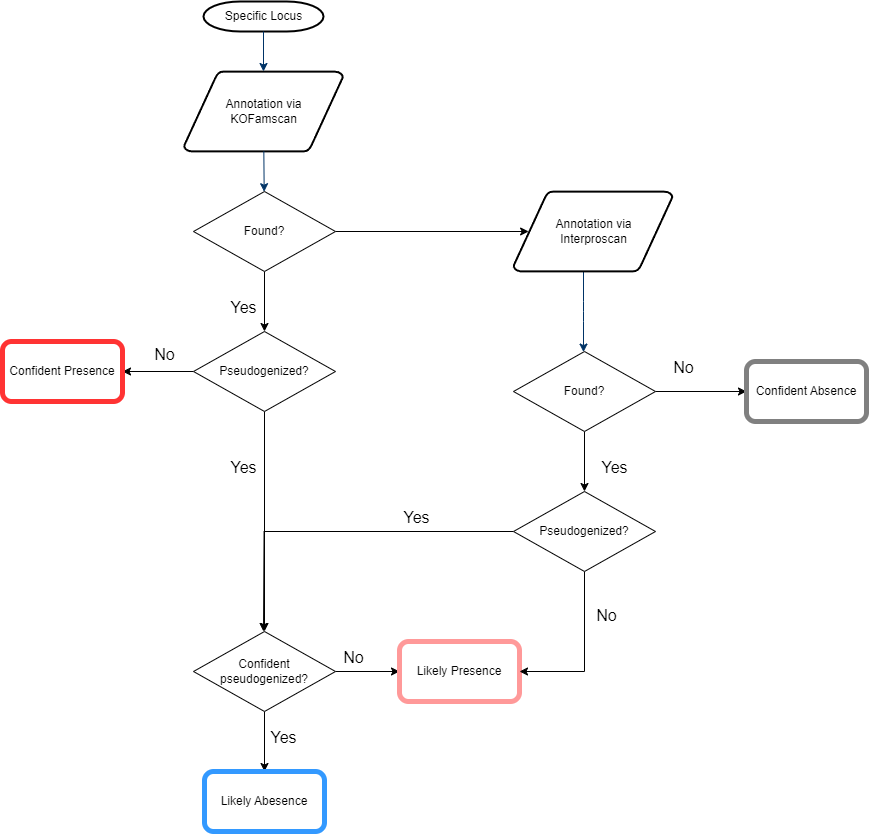
The draw.io diagram anno.drawio.png in 444thLiao/dysfunctional_dectector, before a commit. Source tidied: cells renumbered, new cells last; positions are measured from the earlier drawing's top-left corner, leaving out a move shared by most shapes.
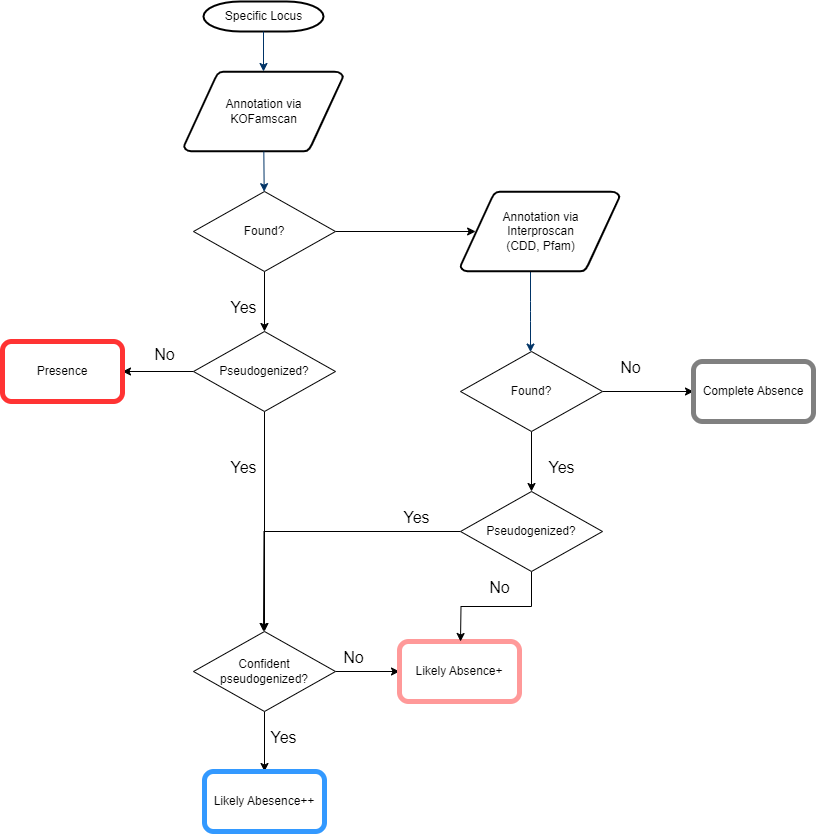
The same diagram one commit later.

What changed in the source:
```diff
@@ -5,7 +5,7 @@
     <mxCell id="2" value="Specific Locus" style="shape=mxgraph.flowchart.terminator;strokeWidth=2;gradientColor=none;gradientDirection=north;fontStyle=0;html=1;" parent="1" vertex="1">
       <mxGeometry x="201" width="120" height="30" as="geometry" />
     </mxCell>
-    <mxCell id="3" value="Annotation via &lt;br&gt;KOFamscan" style="shape=mxgraph.flowchart.data;strokeWidth=2;gradientColor=none;gradientDirection=north;fontStyle=0;html=1;" parent="1" vertex="1">
+    <mxCell id="3" value="Annotation via &lt;br&gt;KOFamscan" style="shape=mxgraph.flowchart.data;strokeWidth=2;gradientColor=none;gradientDirection=north;fontStyle=0;html=1;fontFamily=arial;" parent="1" vertex="1">
       <mxGeometry x="181.5" y="70" width="159" height="80" as="geometry" />
     </mxCell>
     <mxCell id="4" style="fontStyle=1;strokeColor=#003366;strokeWidth=1;html=1;" parent="1" edge="1" source="2" target="3">
@@ -17,7 +17,7 @@
     <mxCell id="6" style="edgeStyle=elbowEdgeStyle;elbow=horizontal;fontStyle=1;strokeColor=#003366;strokeWidth=1;html=1;startArrow=classic;startFill=1;endArrow=none;endFill=0;" parent="1" edge="1" source="12" target="31">
       <mxGeometry x="381" y="28.5" as="geometry">
         <Array as="points">
-          <mxPoint x="581" y="310" />
+          <mxPoint x="528" y="310" />
         </Array>
       </mxGeometry>
     </mxCell>
@@ -37,7 +37,7 @@
       <mxGeometry relative="1" as="geometry" />
     </mxCell>
     <mxCell id="12" value="Found?" style="rhombus;whiteSpace=wrap;html=1;" parent="1" vertex="1">
-      <mxGeometry x="511" y="350" width="142" height="80" as="geometry" />
+      <mxGeometry x="458" y="350" width="142" height="80" as="geometry" />
     </mxCell>
     <mxCell id="13" value="&lt;font style=&quot;font-size: 16px;&quot;&gt;Yes&lt;/font&gt;" style="text;fontStyle=0;html=1;strokeColor=none;gradientColor=none;fillColor=none;strokeWidth=2;align=center;" parent="1" vertex="1">
       <mxGeometry x="216" y="290" width="50" height="30" as="geometry" />
@@ -51,7 +51,7 @@
     <mxCell id="16" value="Pseudogenized?" style="rhombus;whiteSpace=wrap;html=1;" parent="1" vertex="1">
       <mxGeometry x="191" y="330" width="142" height="80" as="geometry" />
     </mxCell>
-    <mxCell id="17" value="Confident Presence" style="rounded=1;whiteSpace=wrap;html=1;strokeColor=#FF3333;strokeWidth=5;" parent="1" vertex="1">
+    <mxCell id="17" value="Presence" style="rounded=1;whiteSpace=wrap;html=1;strokeColor=#FF3333;strokeWidth=5;" parent="1" vertex="1">
       <mxGeometry y="340" width="120" height="60" as="geometry" />
     </mxCell>
     <mxCell id="18" value="&lt;font style=&quot;font-size: 16px;&quot;&gt;No&lt;/font&gt;" style="text;fontStyle=0;html=1;strokeColor=none;gradientColor=none;fillColor=none;strokeWidth=2;align=center;" parent="1" vertex="1">
@@ -69,23 +69,25 @@
     <mxCell id="22" value="&lt;font style=&quot;font-size: 16px;&quot;&gt;Yes&lt;/font&gt;" style="text;fontStyle=0;html=1;strokeColor=none;gradientColor=none;fillColor=none;strokeWidth=2;align=center;" parent="1" vertex="1">
       <mxGeometry x="216" y="450" width="50" height="30" as="geometry" />
     </mxCell>
-    <mxCell id="23" value="Confident Absence" style="rounded=1;whiteSpace=wrap;html=1;strokeColor=#808080;strokeWidth=5;" parent="1" vertex="1">
-      <mxGeometry x="744" y="360" width="120" height="60" as="geometry" />
+    <mxCell id="23" value="Complete Absence" style="rounded=1;whiteSpace=wrap;html=1;strokeColor=#808080;strokeWidth=5;" parent="1" vertex="1">
+      <mxGeometry x="691" y="360" width="120" height="60" as="geometry" />
     </mxCell>
-    <mxCell id="24" value="Likely Presence" style="rounded=1;whiteSpace=wrap;html=1;strokeColor=#FF9999;strokeWidth=5;" parent="1" vertex="1">
+    <mxCell id="24" value="Likely Absence+" style="rounded=1;whiteSpace=wrap;html=1;strokeColor=#FF9999;strokeWidth=5;" parent="1" vertex="1">
       <mxGeometry x="397" y="640" width="120" height="60" as="geometry" />
     </mxCell>
     <mxCell id="25" value="No" style="text;fontStyle=0;html=1;strokeColor=none;gradientColor=none;fillColor=none;strokeWidth=2;align=center;fontSize=16;fontFamily=Arial;" parent="1" vertex="1">
       <mxGeometry x="331" y="640" width="40" height="30" as="geometry" />
     </mxCell>
-    <mxCell id="26" value="Likely Abesence" style="rounded=1;whiteSpace=wrap;html=1;strokeColor=#3399FF;strokeWidth=5;" parent="1" vertex="1">
+    <mxCell id="26" value="Likely Abesence++" style="rounded=1;whiteSpace=wrap;html=1;strokeColor=#3399FF;strokeWidth=5;" parent="1" vertex="1">
       <mxGeometry x="202" y="770" width="120" height="60" as="geometry" />
     </mxCell>
     <mxCell id="27" value="&lt;font face=&quot;Arial&quot; style=&quot;font-size: 16px;&quot;&gt;Yes&lt;/font&gt;" style="text;fontStyle=0;html=1;strokeColor=none;gradientColor=none;fillColor=none;strokeWidth=2;align=center;" parent="1" vertex="1">
       <mxGeometry x="256" y="720" width="50" height="30" as="geometry" />
     </mxCell>
-    <mxCell id="28" style="edgeStyle=orthogonalEdgeStyle;rounded=0;jettySize=auto;html=1;entryX=1;entryY=0.5;entryDx=0;entryDy=0;" parent="1" edge="1" source="30" target="24">
-      <mxGeometry relative="1" as="geometry" />
+    <mxCell id="28" style="edgeStyle=orthogonalEdgeStyle;rounded=0;jettySize=auto;html=1;" parent="1" edge="1" source="30">
+      <mxGeometry relative="1" as="geometry">
+        <mxPoint x="458" y="640" as="targetPoint" />
+      </mxGeometry>
     </mxCell>
     <mxCell id="29" style="edgeStyle=orthogonalEdgeStyle;rounded=0;jettySize=auto;html=1;" parent="1" edge="1" source="30">
       <mxGeometry relative="1" as="geometry">
@@ -93,19 +95,19 @@
       </mxGeometry>
     </mxCell>
     <mxCell id="30" value="Pseudogenized?" style="rhombus;whiteSpace=wrap;html=1;" parent="1" vertex="1">
-      <mxGeometry x="511" y="490" width="142" height="80" as="geometry" />
+      <mxGeometry x="458" y="490" width="142" height="80" as="geometry" />
     </mxCell>
-    <mxCell id="31" value="Annotation via &lt;br&gt;Interproscan" style="shape=mxgraph.flowchart.data;strokeWidth=2;gradientColor=none;gradientDirection=north;fontStyle=0;html=1;" parent="1" vertex="1">
-      <mxGeometry x="511" y="190" width="159" height="80" as="geometry" />
+    <mxCell id="31" value="Annotation via &lt;br&gt;Interproscan&lt;br&gt;(CDD, Pfam)" style="shape=mxgraph.flowchart.data;strokeWidth=2;gradientColor=none;gradientDirection=north;fontStyle=0;html=1;" parent="1" vertex="1">
+      <mxGeometry x="458" y="190" width="159" height="80" as="geometry" />
     </mxCell>
     <mxCell id="32" value="No" style="text;fontStyle=0;html=1;strokeColor=none;gradientColor=none;fillColor=none;strokeWidth=2;align=center;fontSize=16;fontFamily=Arial;" parent="1" vertex="1">
-      <mxGeometry x="584" y="598" width="40" height="30" as="geometry" />
+      <mxGeometry x="477" y="570" width="40" height="30" as="geometry" />
     </mxCell>
     <mxCell id="33" value="&lt;font style=&quot;font-size: 16px;&quot;&gt;Yes&lt;/font&gt;" style="text;fontStyle=0;html=1;strokeColor=none;gradientColor=none;fillColor=none;strokeWidth=2;align=center;" parent="1" vertex="1">
-      <mxGeometry x="592" y="450" width="40" height="26" as="geometry" />
+      <mxGeometry x="539" y="450" width="40" height="26" as="geometry" />
     </mxCell>
     <mxCell id="34" value="No" style="text;fontStyle=0;html=1;strokeColor=none;gradientColor=none;fillColor=none;strokeWidth=2;align=center;fontSize=16;fontFamily=Arial;" parent="1" vertex="1">
-      <mxGeometry x="661" y="350" width="40" height="30" as="geometry" />
+      <mxGeometry x="608" y="350" width="40" height="30" as="geometry" />
     </mxCell>
     <mxCell id="35" value="&lt;font style=&quot;font-size: 16px;&quot;&gt;Yes&lt;/font&gt;" style="text;fontStyle=0;html=1;strokeColor=none;gradientColor=none;fillColor=none;strokeWidth=2;align=center;" parent="1" vertex="1">
       <mxGeometry x="389" y="500" width="50" height="30" as="geometry" />
```
